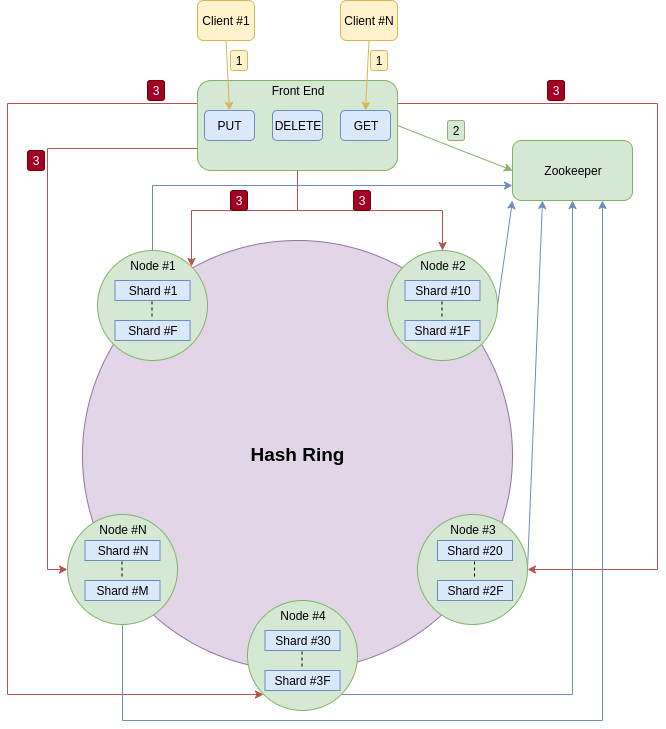
This is r_db-high-level-design.png from gavadinov/r_db, a draw.io export, as it was before one commit. Source tidied: cells renumbered, new cells last; positions are measured from the earlier drawing's top-left corner, leaving out a move shared by most shapes.
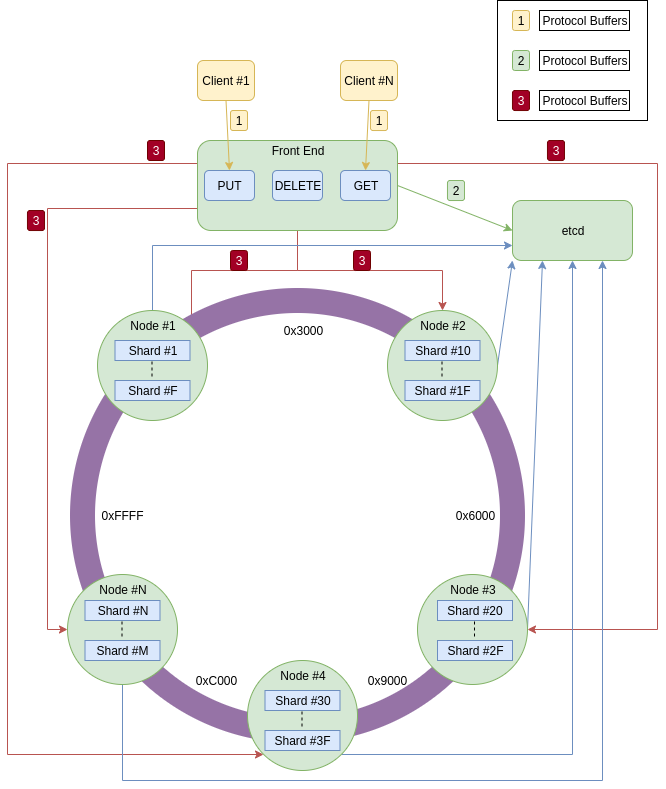
Later version of the same file.

Change to the diagram source:
```diff
@@ -2,6 +2,9 @@
   <root>
     <mxCell id="0" />
     <mxCell id="1" parent="0" />
+    <mxCell id="51" style="rounded=0;whiteSpace=wrap;html=1;fillColor=none;" parent="1" vertex="1">
+      <mxGeometry x="490" y="-60" width="150" height="120" as="geometry" />
+    </mxCell>
     <mxCell id="2" value="Client #1" style="rounded=1;whiteSpace=wrap;html=1;fillColor=#fff2cc;strokeColor=#d6b656;" parent="1" vertex="1">
       <mxGeometry x="190" width="57" height="40" as="geometry" />
     </mxCell>
@@ -48,7 +51,7 @@
     <mxCell id="13" value="DELETE" style="rounded=1;whiteSpace=wrap;html=1;fillColor=#dae8fc;strokeColor=#6c8ebf;" parent="1" vertex="1">
       <mxGeometry x="265" y="110" width="50" height="30" as="geometry" />
     </mxCell>
-    <mxCell id="14" value="&lt;b style=&quot;line-height: 120%&quot;&gt;&lt;font style=&quot;font-size: 19px&quot;&gt;Hash Ring&lt;/font&gt;&lt;/b&gt;" style="ellipse;whiteSpace=wrap;html=1;fillColor=#e1d5e7;strokeColor=#9673a6;" parent="1" vertex="1">
+    <mxCell id="14" style="ellipse;whiteSpace=wrap;html=1;fillColor=none;strokeColor=#9673a6;perimeterSpacing=0;strokeWidth=25;shadow=0;" parent="1" vertex="1">
       <mxGeometry x="75" y="240" width="430" height="430" as="geometry" />
     </mxCell>
     <mxCell id="15" style="edgeStyle=orthogonalEdgeStyle;rounded=0;jettySize=auto;html=1;exitX=0.5;exitY=0;exitDx=0;exitDy=0;entryX=0;entryY=0.75;entryDx=0;entryDy=0;startArrow=none;startFill=0;endArrow=classic;endFill=1;strokeColor=#6c8ebf;fillColor=#dae8fc;" parent="1" edge="1" source="16" target="42">
@@ -152,7 +155,7 @@
     <mxCell id="41" style="edgeStyle=none;rounded=0;jettySize=auto;html=1;exitX=0.5;exitY=1;exitDx=0;exitDy=0;entryX=0.5;entryY=0;entryDx=0;entryDy=0;fillColor=#fff2cc;strokeColor=#d6b656;" parent="1" edge="1" source="3" target="12">
       <mxGeometry relative="1" as="geometry" />
     </mxCell>
-    <mxCell id="42" value="Zookeeper" style="rounded=1;whiteSpace=wrap;html=1;fillColor=#d5e8d4;strokeColor=#82b366;" parent="1" vertex="1">
+    <mxCell id="42" value="etcd" style="rounded=1;whiteSpace=wrap;html=1;fillColor=#d5e8d4;strokeColor=#82b366;" parent="1" vertex="1">
       <mxGeometry x="505" y="140" width="120" height="60" as="geometry" />
     </mxCell>
     <mxCell id="43" value="1" style="text;html=1;strokeColor=#d6b656;fillColor=#fff2cc;align=center;verticalAlign=middle;whiteSpace=wrap;rounded=1;shadow=0;comic=0;glass=0;" parent="1" vertex="1">
@@ -179,5 +182,38 @@
     <mxCell id="50" value="3" style="text;html=1;strokeColor=#6F0000;fillColor=#a20025;align=center;verticalAlign=middle;whiteSpace=wrap;rounded=1;fontColor=#ffffff;gradientColor=none;shadow=0;comic=0;glass=0;" parent="1" vertex="1">
       <mxGeometry x="140" y="80" width="17" height="20" as="geometry" />
     </mxCell>
+    <mxCell id="52" value="1" style="text;html=1;strokeColor=#d6b656;fillColor=#fff2cc;align=center;verticalAlign=middle;whiteSpace=wrap;rounded=1;shadow=0;comic=0;glass=0;" parent="1" vertex="1">
+      <mxGeometry x="505" y="-50" width="17" height="20" as="geometry" />
+    </mxCell>
+    <mxCell id="53" value="Protocol Buffers" style="text;html=1;align=center;verticalAlign=middle;whiteSpace=wrap;rounded=0;shadow=0;glass=0;comic=0;strokeColor=#000000;fillColor=#ffffff;" parent="1" vertex="1">
+      <mxGeometry x="532" y="-50" width="90" height="20" as="geometry" />
+    </mxCell>
+    <mxCell id="54" value="3" style="text;html=1;strokeColor=#6F0000;fillColor=#a20025;align=center;verticalAlign=middle;whiteSpace=wrap;rounded=1;fontColor=#ffffff;gradientColor=none;shadow=0;comic=0;glass=0;" parent="1" vertex="1">
+      <mxGeometry x="505" y="30" width="17" height="20" as="geometry" />
+    </mxCell>
+    <mxCell id="55" value="Protocol Buffers" style="text;html=1;align=center;verticalAlign=middle;whiteSpace=wrap;rounded=0;shadow=0;glass=0;comic=0;strokeColor=#000000;fillColor=#ffffff;" parent="1" vertex="1">
+      <mxGeometry x="532" y="30" width="90" height="20" as="geometry" />
+    </mxCell>
+    <mxCell id="56" value="2" style="text;html=1;strokeColor=#82b366;fillColor=#d5e8d4;align=center;verticalAlign=middle;whiteSpace=wrap;rounded=1;shadow=0;comic=0;glass=0;" parent="1" vertex="1">
+      <mxGeometry x="505" y="-10" width="17" height="20" as="geometry" />
+    </mxCell>
+    <mxCell id="57" value="Protocol Buffers" style="text;html=1;align=center;verticalAlign=middle;whiteSpace=wrap;rounded=0;shadow=0;glass=0;comic=0;strokeColor=#000000;fillColor=#ffffff;" parent="1" vertex="1">
+      <mxGeometry x="532" y="-10" width="90" height="20" as="geometry" />
+    </mxCell>
+    <mxCell id="58" value="0xFFFF" style="text;html=1;align=center;verticalAlign=middle;whiteSpace=wrap;rounded=1;shadow=0;comic=0;glass=0;" parent="1" vertex="1">
+      <mxGeometry x="106.5" y="445" width="17" height="20" as="geometry" />
+    </mxCell>
+    <mxCell id="59" value="0x3000" style="text;html=1;align=center;verticalAlign=middle;whiteSpace=wrap;rounded=1;shadow=0;comic=0;glass=0;arcSize=50;" parent="1" vertex="1">
+      <mxGeometry x="286.5" y="260" width="17" height="20" as="geometry" />
+    </mxCell>
+    <mxCell id="60" value="0x6000" style="text;html=1;align=center;verticalAlign=middle;whiteSpace=wrap;rounded=1;shadow=0;comic=0;glass=0;arcSize=50;" parent="1" vertex="1">
+      <mxGeometry x="459" y="445" width="17" height="20" as="geometry" />
+    </mxCell>
+    <mxCell id="61" value="0x9000" style="text;html=1;align=center;verticalAlign=middle;whiteSpace=wrap;rounded=1;shadow=0;comic=0;glass=0;arcSize=50;" parent="1" vertex="1">
+      <mxGeometry x="360.5" y="610" width="37" height="20" as="geometry" />
+    </mxCell>
+    <mxCell id="62" value="0xC000" style="text;html=1;align=center;verticalAlign=middle;whiteSpace=wrap;rounded=1;shadow=0;comic=0;glass=0;arcSize=50;" parent="1" vertex="1">
+      <mxGeometry x="190" y="610" width="37" height="20" as="geometry" />
+    </mxCell>
   </root>
 </mxGraphModel>
```
